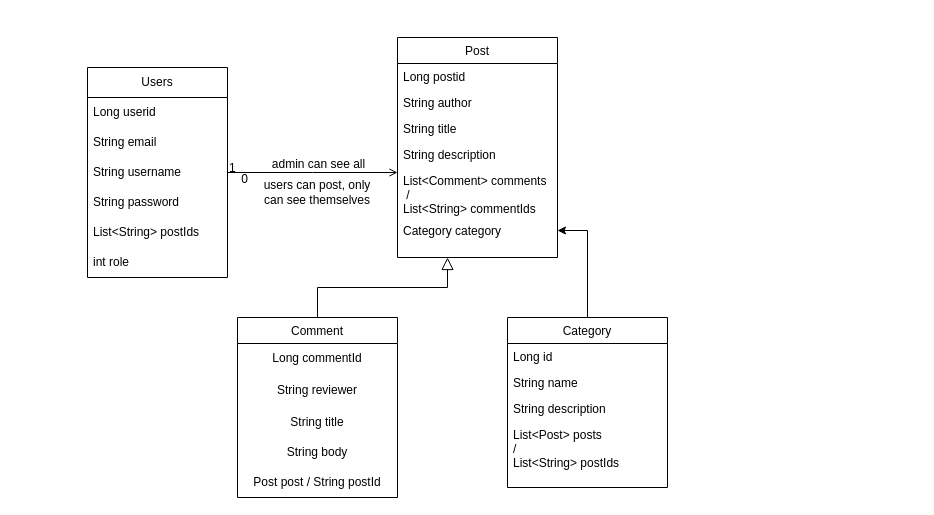
Earlier version of the draw.io diagram user_service/src/main/java/com/evan/user_service/users.drawio (dzwfighting/blog_microservice). Source tidied: cells renumbered, new cells numbered last; positions are measured from the earlier drawing's top-left corner, leaving out a move shared by most shapes. Both pictures are drawn from the tidied source at 100%, with x=0, y=0 at pixel (87, 37).
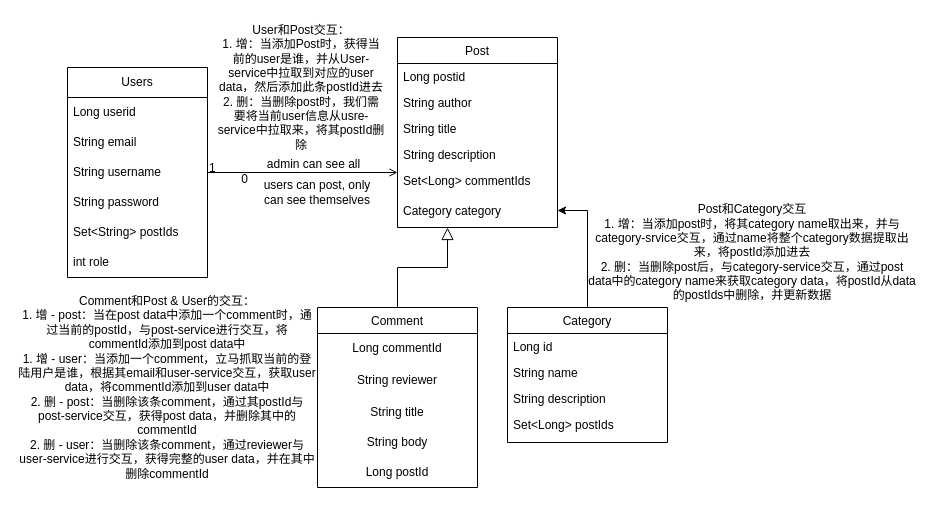
The same diagram, later.

The edit, as a diff of the source:
```diff
@@
     <mxCell id="3" value="Category" style="swimlane;fontStyle=0;align=center;verticalAlign=top;horizontal=1;startSize=26;rounded=0;shadow=0;strokeWidth=1;" parent="1" vertex="1">
-      <mxGeometry x="420" y="280" width="160" height="170" as="geometry" />
+      <mxGeometry x="420" y="270" width="160" height="135" as="geometry" />
     </mxCell>
@@
-    <mxCell id="7" value="List&lt;Post&gt; posts&#10;/&#10;List&lt;String&gt; postIds" style="text;align=left;verticalAlign=top;spacingLeft=4;spacingRight=4;overflow=hidden;rounded=0;shadow=0;html=0;" parent="3" vertex="1">
-      <mxGeometry y="104" width="160" height="56" as="geometry" />
+    <mxCell id="7" value="Set&lt;Long&gt; postIds" style="text;align=left;verticalAlign=top;spacingLeft=4;spacingRight=4;overflow=hidden;rounded=0;shadow=0;html=0;" parent="3" vertex="1">
+      <mxGeometry y="104" width="160" height="26" as="geometry" />
     </mxCell>
     <mxCell id="8" value="Comment" style="swimlane;fontStyle=0;align=center;verticalAlign=top;horizontal=1;startSize=26;rounded=0;shadow=0;strokeWidth=1;" parent="1" vertex="1">
-      <mxGeometry x="150" y="280" width="160" height="180" as="geometry" />
+      <mxGeometry x="230" y="270" width="160" height="180" as="geometry" />
     </mxCell>
@@
-    <mxCell id="13" value="Post post / String postId" style="text;html=1;align=center;verticalAlign=middle;whiteSpace=wrap;rounded=0;" parent="8" vertex="1">
+    <mxCell id="13" value="Long postId" style="text;html=1;align=center;verticalAlign=middle;whiteSpace=wrap;rounded=0;" parent="8" vertex="1">
       <mxGeometry y="150" width="160" height="30" as="geometry" />
     </mxCell>
     <mxCell id="14" style="endArrow=block;endSize=10;endFill=0;shadow=0;strokeWidth=1;rounded=0;curved=0;edgeStyle=elbowEdgeStyle;elbow=vertical;exitX=0.5;exitY=0;exitDx=0;exitDy=0;" parent="1" edge="1" source="8">
       <mxGeometry relative="1" as="geometry">
-        <mxPoint x="360" y="220" as="targetPoint" />
+        <mxPoint x="360" y="190" as="targetPoint" />
       </mxGeometry>
     </mxCell>
     <mxCell id="15" value="Post" style="swimlane;fontStyle=0;align=center;verticalAlign=top;horizontal=1;startSize=26;rounded=0;shadow=0;strokeWidth=1;" parent="1" vertex="1">
-      <mxGeometry x="310" width="160" height="220" as="geometry" />
+      <mxGeometry x="310" width="160" height="190" as="geometry" />
     </mxCell>
@@
-    <mxCell id="20" value="List&lt;Comment&gt; comments&#10; / &#10;List&lt;String&gt; commentIds" style="text;align=left;verticalAlign=top;spacingLeft=4;spacingRight=4;overflow=hidden;rounded=0;shadow=0;html=0;" parent="15" vertex="1">
-      <mxGeometry y="130" width="160" height="50" as="geometry" />
+    <mxCell id="20" value="Set&lt;Long&gt; commentIds" style="text;align=left;verticalAlign=top;spacingLeft=4;spacingRight=4;overflow=hidden;rounded=0;shadow=0;html=0;" parent="15" vertex="1">
+      <mxGeometry y="130" width="160" height="30" as="geometry" />
     </mxCell>
     <mxCell id="21" value="Category category" style="text;align=left;verticalAlign=top;spacingLeft=4;spacingRight=4;overflow=hidden;points=[[0,0.5],[1,0.5]];portConstraint=eastwest;rounded=0;shadow=0;html=0;" parent="15" vertex="1">
-      <mxGeometry y="180" width="160" height="26" as="geometry" />
+      <mxGeometry y="160" width="160" height="26" as="geometry" />
     </mxCell>
@@
     <mxCell id="26" value="Users" style="swimlane;fontStyle=0;horizontal=1;startSize=30;whiteSpace=wrap;html=1;" parent="1" vertex="1">
-      <mxGeometry y="30" width="140" height="210" as="geometry" />
+      <mxGeometry x="-20" y="30" width="140" height="210" as="geometry" />
     </mxCell>
@@
-    <mxCell id="31" value="&lt;span style=&quot;text-align: center;&quot;&gt;List&amp;lt;String&amp;gt; postIds&lt;/span&gt;" style="text;strokeColor=none;fillColor=none;align=left;verticalAlign=middle;spacingLeft=4;spacingRight=4;overflow=hidden;whiteSpace=wrap;html=1;" parent="26" vertex="1">
+    <mxCell id="31" value="&lt;span style=&quot;text-align: center;&quot;&gt;Set&amp;lt;String&amp;gt; postIds&lt;/span&gt;" style="text;strokeColor=none;fillColor=none;align=left;verticalAlign=middle;spacingLeft=4;spacingRight=4;overflow=hidden;whiteSpace=wrap;html=1;" parent="26" vertex="1">
       <mxGeometry y="150" width="140" height="30" as="geometry" />
     </mxCell>
@@
+    <mxCell id="34" value="User和Post交互：&lt;div&gt;1. 增：当添加Post时，获得当前的user是谁，并从User-service中拉取到对应的user data，然后添加此条postId进去&lt;/div&gt;&lt;div&gt;2. 删：当删除post时，我们需要将当前user信息从usre-service中拉取来，将其postId删除&lt;/div&gt;" style="text;html=1;align=center;verticalAlign=middle;whiteSpace=wrap;rounded=0;" parent="1" vertex="1">
+      <mxGeometry x="128.5" y="-20" width="170" height="140" as="geometry" />
+    </mxCell>
+    <mxCell id="35" value="Post和Category交互&lt;div&gt;1. 增：当添加post时，将其category name取出来，并与category-srvice交互，通过name将整个category数据提取出来，将postId添加进去&lt;/div&gt;&lt;div&gt;2. 删：当删除post后，与category-service交互，通过post data中的category name来获取category data，将postId从data的postIds中删除，并更新数据&lt;/div&gt;" style="text;html=1;align=center;verticalAlign=middle;whiteSpace=wrap;rounded=0;" parent="1" vertex="1">
+      <mxGeometry x="500" y="160" width="330" height="110" as="geometry" />
+    </mxCell>
+    <mxCell id="36" value="Comment和Post &amp;amp; User的交互：&lt;div&gt;1. 增 - post：当在post data中添加一个comment时，通过当前的postId，与post-service进行交互，将commentId添加到post data中&lt;/div&gt;&lt;div&gt;1. 增 - user：当添加一个comment，立马抓取当前的登陆用户是谁，根据其email和user-service交互，获取user data，将commentId添加到user data中&lt;/div&gt;&lt;div&gt;2. 删 - post：当删除该条comment，通过其postId与post-service交互，获得post data，并删除其中的commentId&lt;/div&gt;&lt;div&gt;2. 删 - user：当删除该条comment，通过reviewer与user-service进行交互，获得完整的user data，并在其中删除commentId&lt;/div&gt;" style="text;html=1;align=center;verticalAlign=middle;whiteSpace=wrap;rounded=0;" parent="1" vertex="1">
+      <mxGeometry x="-70" y="250" width="300" height="200" as="geometry" />
+    </mxCell>
```
